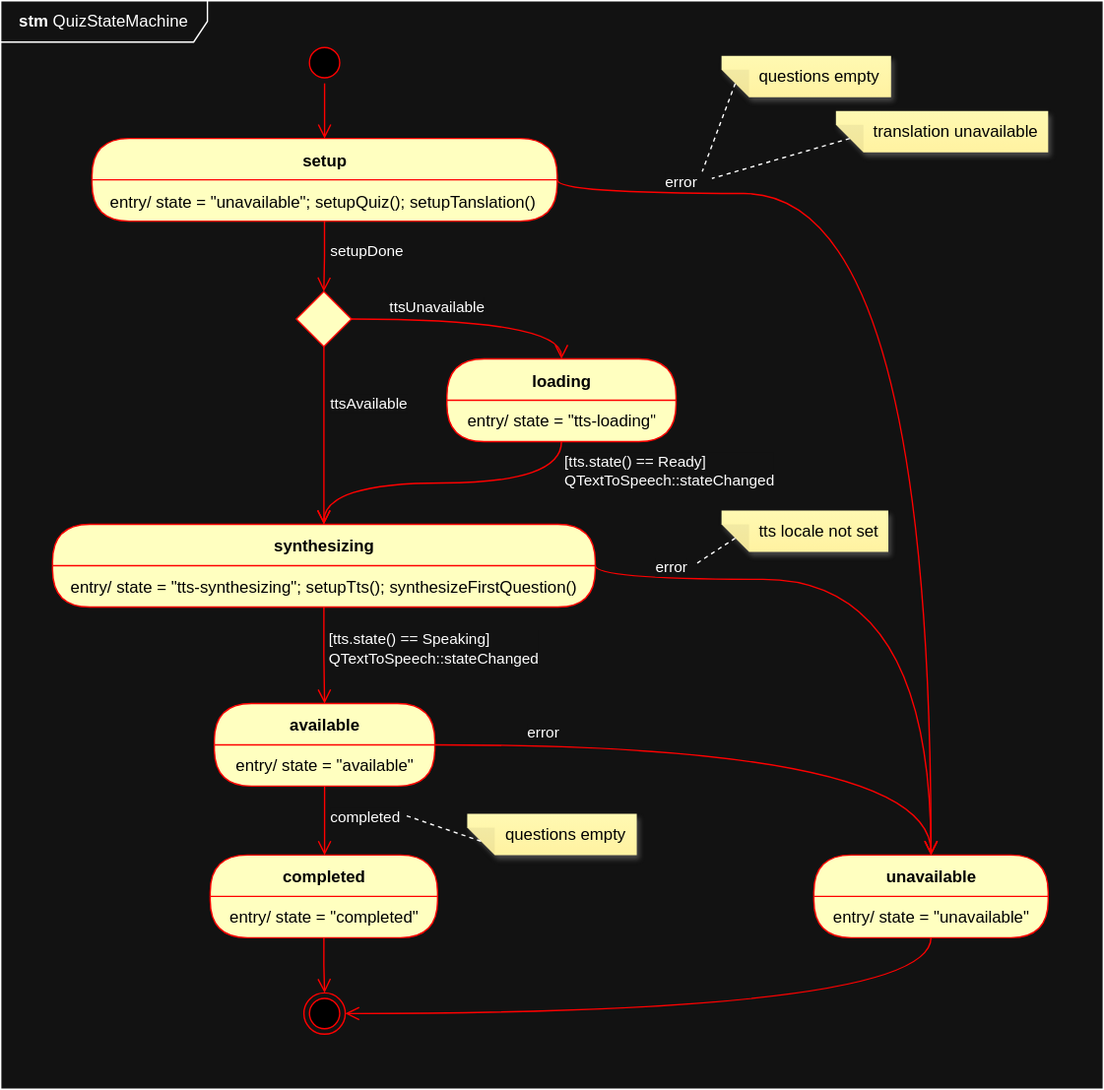
xnelma/oral-times-tables-quiz keeps this draw.io diagram as doc/quiz-state-machine_dark.svg. Above is the earlier version. Source tidied: cells renumbered, new cells last; positions are measured from the earlier drawing's top-left corner, leaving out a move shared by most shapes.
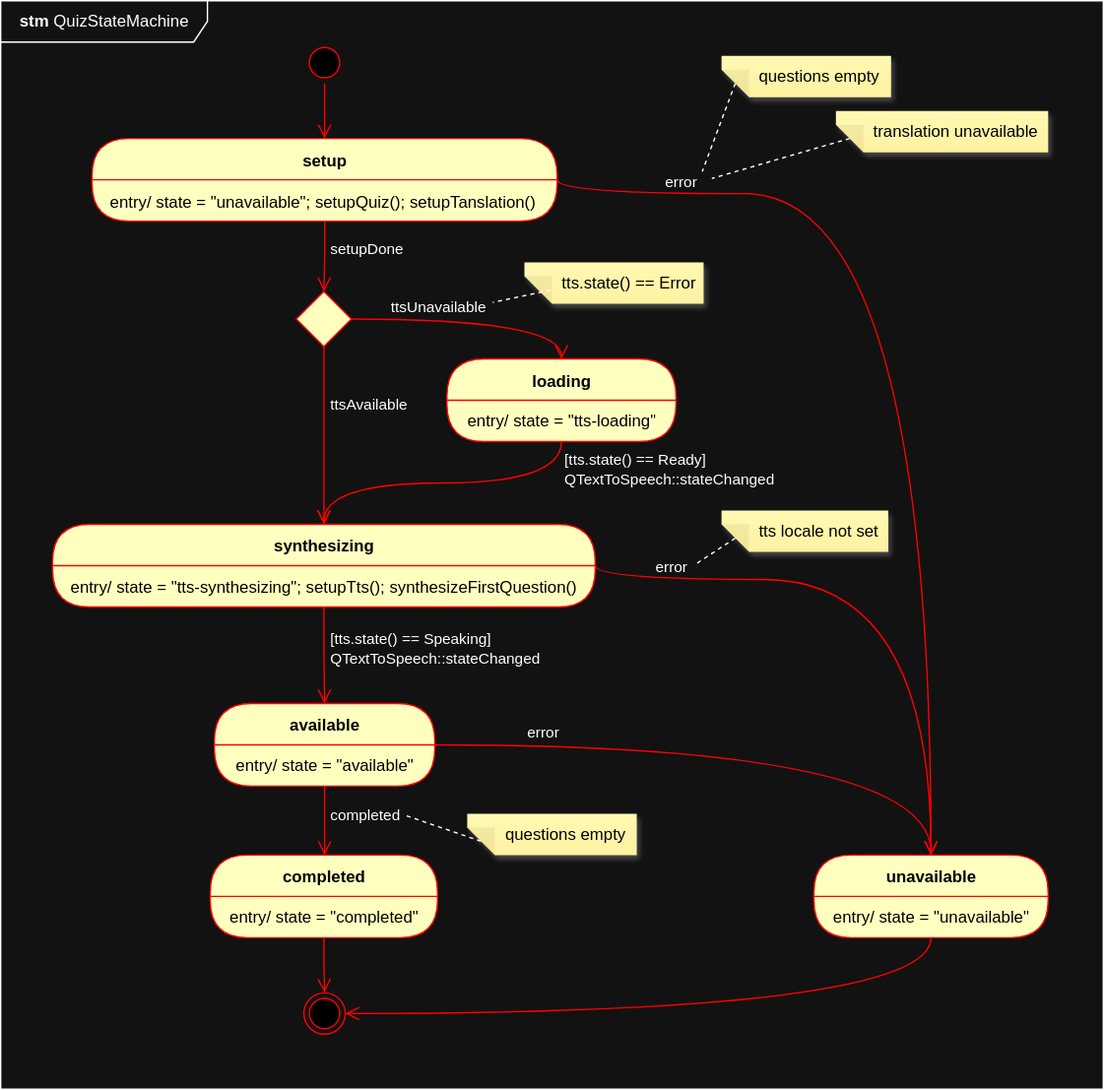
Above is the later version.

What changed in the source:
```diff
@@ -156,5 +156,13 @@
     <mxCell id="41" style="edgeStyle=orthogonalEdgeStyle;html=1;verticalAlign=bottom;endArrow=open;endSize=8;strokeColor=#ff0000;rounded=0;entryX=0.5;entryY=0;entryDx=0;entryDy=0;exitX=0.5;exitY=1;exitDx=0;exitDy=0;" parent="1" edge="1" source="24" target="25">
       <mxGeometry relative="1" as="geometry" />
     </mxCell>
+    <mxCell id="42" value="tts.state() == Error" style="shape=note;whiteSpace=wrap;html=1;backgroundOutline=1;fontColor=#000000;darkOpacity=0.05;fillColor=#FFF9B2;strokeColor=none;fillStyle=solid;direction=west;gradientDirection=north;gradientColor=#FFF2A1;shadow=1;size=20;align=left;spacingLeft=25;" parent="1" vertex="1">
+      <mxGeometry x="380" y="190" width="130" height="30" as="geometry" />
+    </mxCell>
+    <mxCell id="43" style="rounded=0;jettySize=auto;html=1;exitX=0;exitY=0;exitDx=111;exitDy=10;exitPerimeter=0;endArrow=none;endFill=0;dashed=1;" parent="1" edge="1" source="42">
+      <mxGeometry relative="1" as="geometry">
+        <mxPoint x="357" y="219" as="targetPoint" />
+      </mxGeometry>
+    </mxCell>
   </root>
 </mxGraphModel>
```
